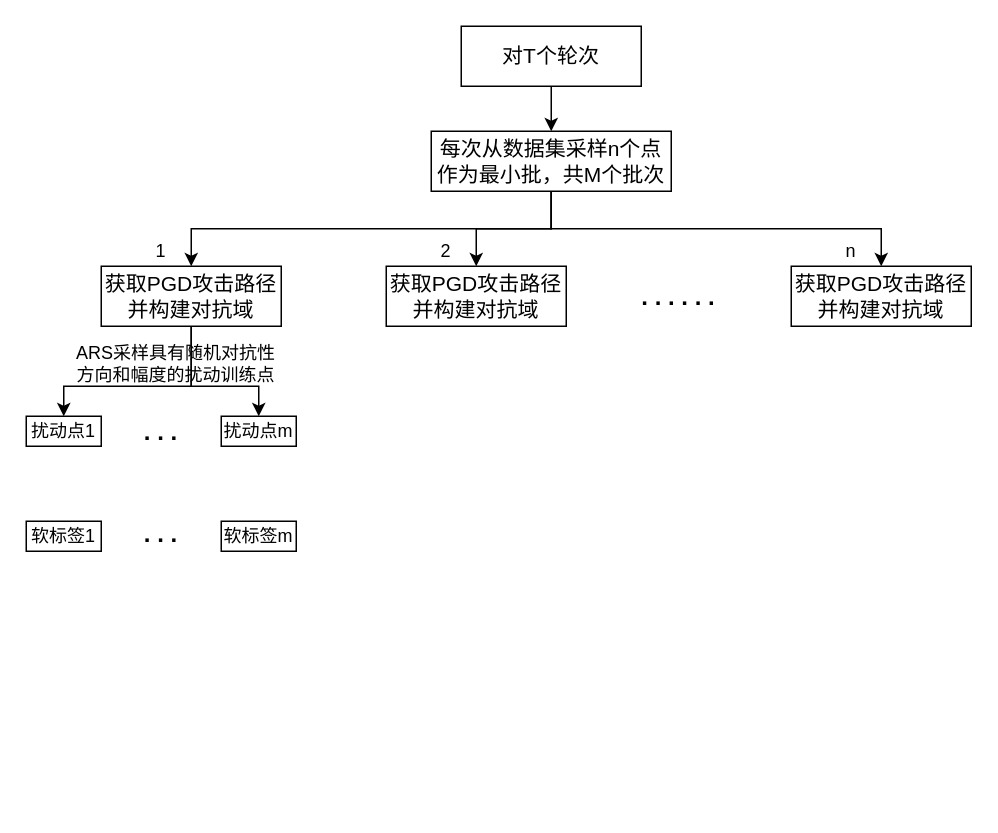
Zhou-AY/hello-world keeps this draw.io diagram as RAT.drawio. Above is the earlier version. Source tidied: cells renumbered, new cells numbered last; positions are measured from the earlier drawing's top-left corner, leaving out a move shared by most shapes. Both pictures are drawn from the tidied source at 150%, with x=0, y=0 at pixel (26, 26).
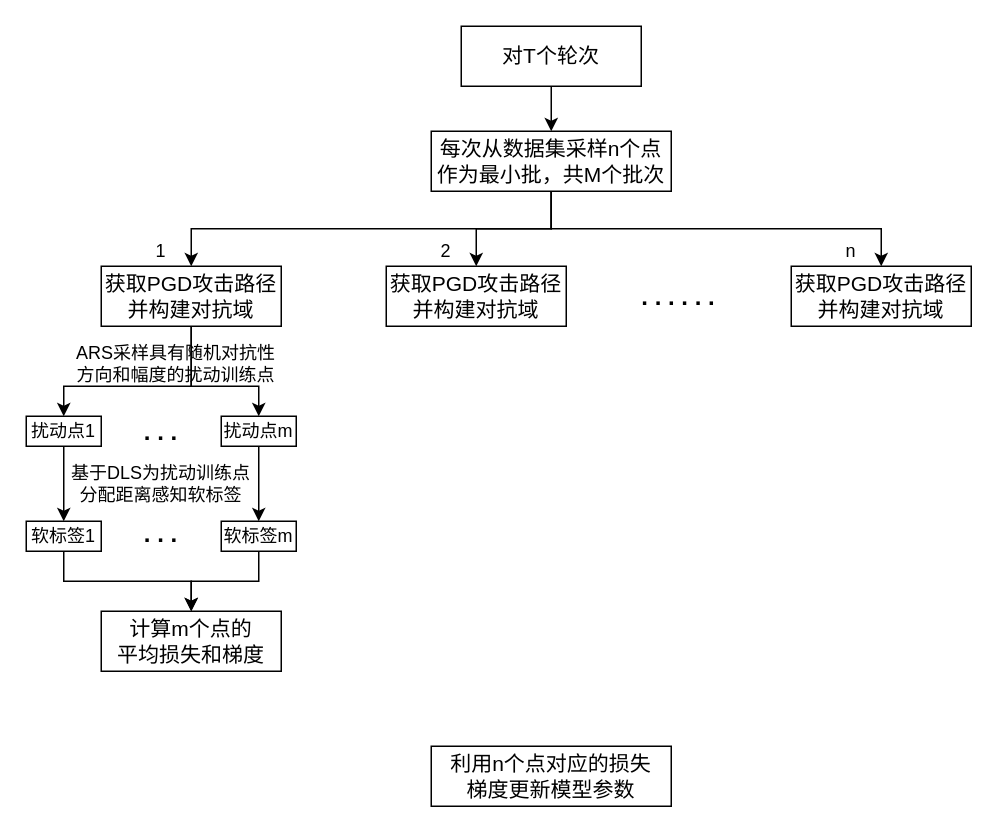
The same diagram, later.

The change refers to these unchanged cells:
```xml
<mxCell id="17" value="&lt;font style=&quot;font-size: 12px;&quot;&gt;扰动点1&lt;/font&gt;" style="rounded=0;whiteSpace=wrap;html=1;" parent="1" vertex="1">
  <mxGeometry y="260" width="50" height="20" as="geometry" />
</mxCell>
<mxCell id="18" value="&lt;font style=&quot;font-size: 12px;&quot;&gt;扰动点m&lt;/font&gt;" style="rounded=0;whiteSpace=wrap;html=1;" parent="1" vertex="1">
  <mxGeometry x="130" y="260" width="50" height="20" as="geometry" />
</mxCell>
<mxCell id="21" value="&lt;font style=&quot;font-size: 12px;&quot;&gt;软标签1&lt;/font&gt;" style="rounded=0;whiteSpace=wrap;html=1;" parent="1" vertex="1">
  <mxGeometry y="330" width="50" height="20" as="geometry" />
</mxCell>
<mxCell id="22" value="&lt;font style=&quot;font-size: 12px;&quot;&gt;软标签m&lt;br&gt;&lt;/font&gt;" style="rounded=0;whiteSpace=wrap;html=1;" parent="1" vertex="1">
  <mxGeometry x="130" y="330" width="50" height="20" as="geometry" />
</mxCell>
```

Diff of the diagram source:
```diff
@@
+    <mxCell id="24" style="edgeStyle=orthogonalEdgeStyle;rounded=0;jettySize=auto;html=1;exitX=0.5;exitY=1;exitDx=0;exitDy=0;entryX=0.5;entryY=0;entryDx=0;entryDy=0;" parent="1" edge="1" source="17" target="21">
+      <mxGeometry relative="1" as="geometry" />
+    </mxCell>
@@
+    <mxCell id="25" style="edgeStyle=orthogonalEdgeStyle;rounded=0;jettySize=auto;html=1;exitX=0.5;exitY=1;exitDx=0;exitDy=0;entryX=0.5;entryY=0;entryDx=0;entryDy=0;" parent="1" edge="1" source="18" target="22">
+      <mxGeometry relative="1" as="geometry" />
+    </mxCell>
@@
+    <mxCell id="26" style="edgeStyle=orthogonalEdgeStyle;rounded=0;jettySize=auto;html=1;exitX=0.5;exitY=1;exitDx=0;exitDy=0;" parent="1" edge="1" source="21" target="29">
+      <mxGeometry relative="1" as="geometry" />
+    </mxCell>
@@
+    <mxCell id="27" style="edgeStyle=orthogonalEdgeStyle;rounded=0;jettySize=auto;html=1;exitX=0.5;exitY=1;exitDx=0;exitDy=0;" parent="1" edge="1" source="22" target="29">
+      <mxGeometry relative="1" as="geometry" />
+    </mxCell>
@@
+    <mxCell id="28" value="基于DLS为扰动训练点分配距离感知软标签" style="text;html=1;strokeColor=none;fillColor=none;align=center;verticalAlign=middle;whiteSpace=wrap;rounded=0;" parent="1" vertex="1">
+      <mxGeometry x="25" y="290" width="130" height="30" as="geometry" />
+    </mxCell>
+    <mxCell id="29" value="&lt;font style=&quot;font-size: 14px;&quot;&gt;计算m个点的&lt;br&gt;平均损失和梯度&lt;br&gt;&lt;/font&gt;" style="rounded=0;whiteSpace=wrap;html=1;" parent="1" vertex="1">
+      <mxGeometry x="50" y="390" width="120" height="40" as="geometry" />
+    </mxCell>
+    <mxCell id="30" value="&lt;font style=&quot;font-size: 14px;&quot;&gt;利用n个点对应的损失&lt;br&gt;梯度更新模型参数&lt;br&gt;&lt;/font&gt;" style="rounded=0;whiteSpace=wrap;html=1;" parent="1" vertex="1">
+      <mxGeometry x="270" y="480" width="160" height="40" as="geometry" />
+    </mxCell>
```
